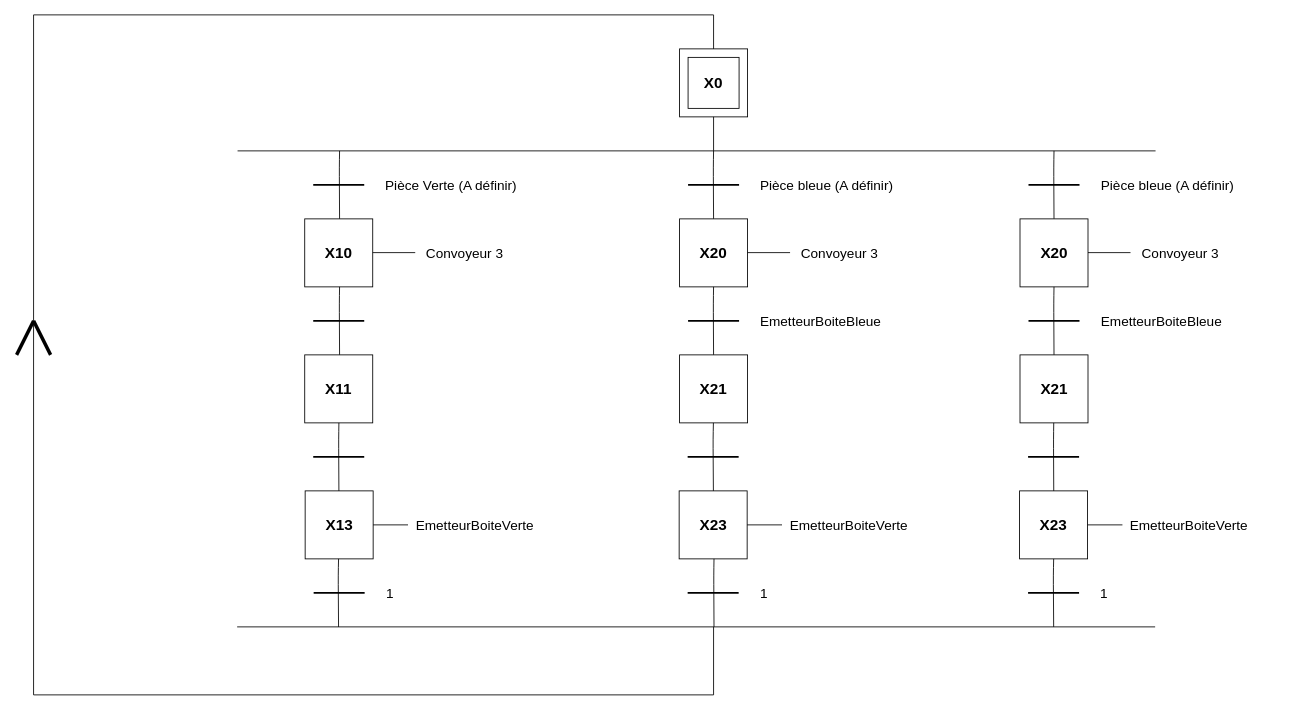
Earlier version of the draw.io diagram Untitled Diagram.drawio (Sem98-chain/INSA). Source tidied: cells renumbered, new cells numbered last; positions are measured from the earlier drawing's top-left corner, leaving out a move shared by most shapes. Both pictures are drawn from the tidied source at 85%, with x=0, y=0 at pixel (16, 14).
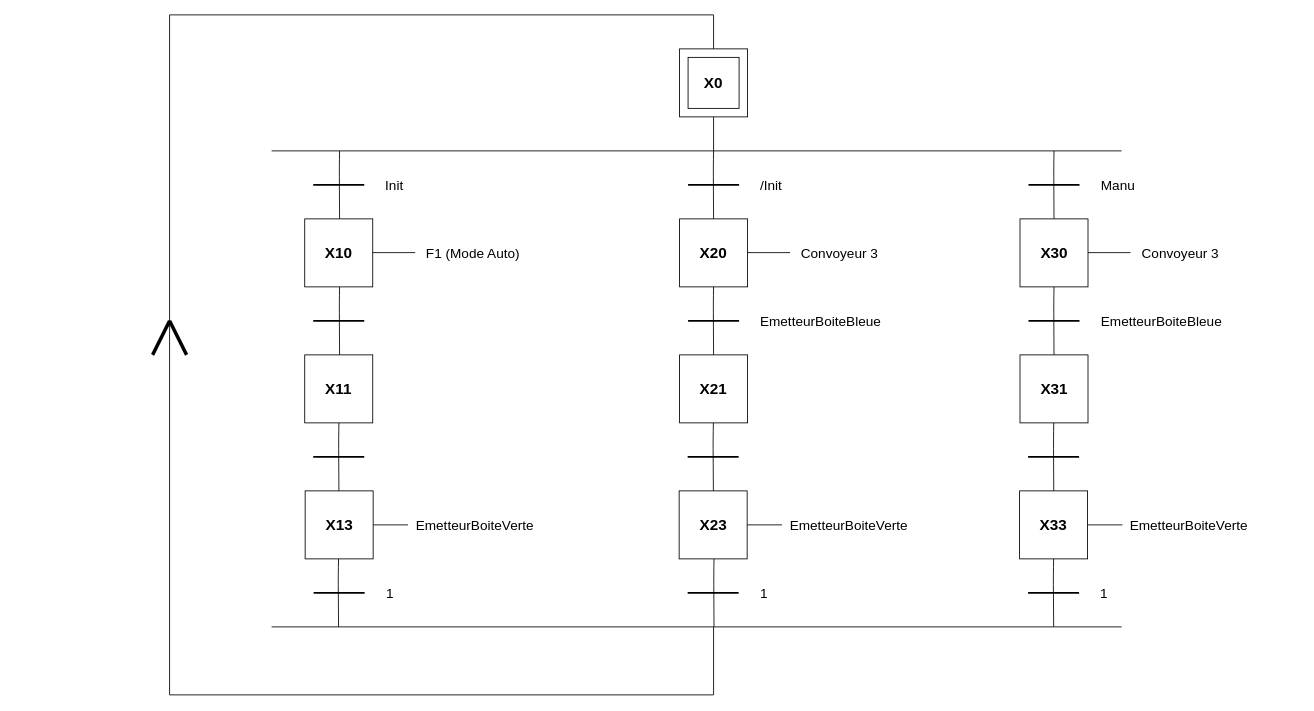
The same page after the edit.

Diff of the diagram source:
```diff
@@
     <mxCell id="7" style="endArrow=none;html=1;strokeWidth=1;" parent="1" edge="1">
       <mxGeometry relative="1" as="geometry">
-        <mxPoint x="20" as="sourcePoint" />
+        <mxPoint x="180" as="sourcePoint" />
         <mxPoint x="820" as="targetPoint" />
       </mxGeometry>
     </mxCell>
@@
     <mxCell id="9" style="endArrow=none;html=1;strokeWidth=1;" parent="1" edge="1">
       <mxGeometry relative="1" as="geometry">
-        <mxPoint x="260" y="160" as="sourcePoint" />
-        <mxPoint x="1340" y="160" as="targetPoint" />
+        <mxPoint x="300" y="160" as="sourcePoint" />
+        <mxPoint x="1300" y="160" as="targetPoint" />
       </mxGeometry>
     </mxCell>
@@
-    <mxCell id="18" value="&lt;font style=&quot;font-size: 16px&quot;&gt;Pièce Verte (A définir)&lt;/font&gt;" style="text;html=1;strokeColor=none;fillColor=none;align=left;verticalAlign=middle;whiteSpace=wrap;rounded=0;" parent="1" vertex="1">
+    <mxCell id="18" value="&lt;font style=&quot;font-size: 16px&quot;&gt;Init&lt;/font&gt;" style="text;html=1;strokeColor=none;fillColor=none;align=left;verticalAlign=middle;whiteSpace=wrap;rounded=0;" parent="1" vertex="1">
       <mxGeometry x="432" y="190" width="188" height="20" as="geometry" />
     </mxCell>
@@
-    <mxCell id="28" value="&lt;font style=&quot;font-size: 16px&quot;&gt;Pièce bleue (A définir)&lt;br&gt;&lt;/font&gt;" style="text;html=1;strokeColor=none;fillColor=none;align=left;verticalAlign=middle;whiteSpace=wrap;rounded=0;" parent="1" vertex="1">
+    <mxCell id="28" value="&lt;font style=&quot;font-size: 16px&quot;&gt;/Init&lt;br&gt;&lt;/font&gt;" style="text;html=1;strokeColor=none;fillColor=none;align=left;verticalAlign=middle;whiteSpace=wrap;rounded=0;" parent="1" vertex="1">
       <mxGeometry x="873" y="190" width="236" height="20" as="geometry" />
     </mxCell>
@@
     <mxCell id="31" style="endArrow=none;html=1;strokeWidth=1;" parent="1" edge="1">
       <mxGeometry relative="1" as="geometry">
-        <mxPoint x="20" y="800" as="sourcePoint" />
-        <mxPoint x="20" as="targetPoint" />
+        <mxPoint x="180" y="800" as="sourcePoint" />
+        <mxPoint x="180" as="targetPoint" />
       </mxGeometry>
     </mxCell>
     <mxCell id="32" style="endArrow=none;html=1;strokeWidth=4;" parent="1" edge="1">
       <mxGeometry relative="1" as="geometry">
-        <mxPoint y="400" as="sourcePoint" />
-        <mxPoint x="20" y="360" as="targetPoint" />
+        <mxPoint x="160" y="400" as="sourcePoint" />
+        <mxPoint x="180" y="360" as="targetPoint" />
       </mxGeometry>
     </mxCell>
     <mxCell id="33" style="endArrow=none;html=1;strokeWidth=4;" parent="1" edge="1">
       <mxGeometry relative="1" as="geometry">
-        <mxPoint x="40" y="400" as="sourcePoint" />
-        <mxPoint x="20" y="360" as="targetPoint" />
+        <mxPoint x="200" y="400" as="sourcePoint" />
+        <mxPoint x="180" y="360" as="targetPoint" />
       </mxGeometry>
     </mxCell>
-    <mxCell id="34" value="&lt;font style=&quot;font-size: 16px&quot;&gt;Convoyeur 3&lt;/font&gt;" style="text;html=1;strokeColor=none;fillColor=none;align=left;verticalAlign=middle;whiteSpace=wrap;rounded=0;" parent="1" vertex="1">
-      <mxGeometry x="480" y="270" width="100" height="20" as="geometry" />
+    <mxCell id="34" value="&lt;font style=&quot;font-size: 16px&quot;&gt;F1 (Mode Auto)&lt;/font&gt;" style="text;html=1;strokeColor=none;fillColor=none;align=left;verticalAlign=middle;whiteSpace=wrap;rounded=0;" parent="1" vertex="1">
+      <mxGeometry x="480" y="270" width="170" height="20" as="geometry" />
     </mxCell>
     <mxCell id="35" style="endArrow=none;html=1;strokeWidth=1;" parent="1" edge="1">
       <mxGeometry relative="1" as="geometry">
-        <mxPoint x="259.5" y="720" as="sourcePoint" />
-        <mxPoint x="1339.5" y="720" as="targetPoint" />
+        <mxPoint x="300" y="720" as="sourcePoint" />
+        <mxPoint x="1300" y="720" as="targetPoint" />
       </mxGeometry>
     </mxCell>
@@
-    <mxCell id="62" value="&lt;font size=&quot;1&quot;&gt;&lt;b style=&quot;font-size: 18px&quot;&gt;X20&lt;/b&gt;&lt;/font&gt;" style="text;html=1;strokeColor=none;fillColor=none;align=center;verticalAlign=middle;whiteSpace=wrap;rounded=0;" parent="1" vertex="1">
+    <mxCell id="62" value="&lt;font size=&quot;1&quot;&gt;&lt;b style=&quot;font-size: 18px&quot;&gt;X30&lt;/b&gt;&lt;/font&gt;" style="text;html=1;strokeColor=none;fillColor=none;align=center;verticalAlign=middle;whiteSpace=wrap;rounded=0;" parent="1" vertex="1">
       <mxGeometry x="1200.5" y="270" width="40" height="20" as="geometry" />
     </mxCell>
-    <mxCell id="63" value="&lt;font size=&quot;1&quot;&gt;&lt;b style=&quot;font-size: 18px&quot;&gt;X21&lt;/b&gt;&lt;/font&gt;" style="text;html=1;strokeColor=none;fillColor=none;align=center;verticalAlign=middle;whiteSpace=wrap;rounded=0;" parent="1" vertex="1">
+    <mxCell id="63" value="&lt;font size=&quot;1&quot;&gt;&lt;b style=&quot;font-size: 18px&quot;&gt;X31&lt;/b&gt;&lt;/font&gt;" style="text;html=1;strokeColor=none;fillColor=none;align=center;verticalAlign=middle;whiteSpace=wrap;rounded=0;" parent="1" vertex="1">
       <mxGeometry x="1200.5" y="430" width="40" height="20" as="geometry" />
     </mxCell>
-    <mxCell id="64" value="&lt;font style=&quot;font-size: 16px&quot;&gt;Pièce bleue (A définir)&lt;br&gt;&lt;/font&gt;" style="text;html=1;strokeColor=none;fillColor=none;align=left;verticalAlign=middle;whiteSpace=wrap;rounded=0;" parent="1" vertex="1">
+    <mxCell id="64" value="&lt;font style=&quot;font-size: 16px&quot;&gt;Manu&lt;br&gt;&lt;/font&gt;" style="text;html=1;strokeColor=none;fillColor=none;align=left;verticalAlign=middle;whiteSpace=wrap;rounded=0;" parent="1" vertex="1">
       <mxGeometry x="1273.5" y="190" width="236" height="20" as="geometry" />
     </mxCell>
@@
-    <mxCell id="70" value="&lt;font size=&quot;1&quot;&gt;&lt;b style=&quot;font-size: 18px&quot;&gt;X23&lt;/b&gt;&lt;/font&gt;" style="text;html=1;strokeColor=none;fillColor=none;align=center;verticalAlign=middle;whiteSpace=wrap;rounded=0;" parent="1" vertex="1">
+    <mxCell id="70" value="&lt;font size=&quot;1&quot;&gt;&lt;b style=&quot;font-size: 18px&quot;&gt;X33&lt;/b&gt;&lt;/font&gt;" style="text;html=1;strokeColor=none;fillColor=none;align=center;verticalAlign=middle;whiteSpace=wrap;rounded=0;" parent="1" vertex="1">
       <mxGeometry x="1200" y="590" width="40" height="20" as="geometry" />
     </mxCell>
@@
     <mxCell id="78" style="endArrow=none;html=1;" parent="1" edge="1">
       <mxGeometry relative="1" as="geometry">
-        <mxPoint x="20" y="800" as="sourcePoint" />
+        <mxPoint x="180" y="800" as="sourcePoint" />
         <mxPoint x="820" y="800" as="targetPoint" />
       </mxGeometry>
     </mxCell>
```
